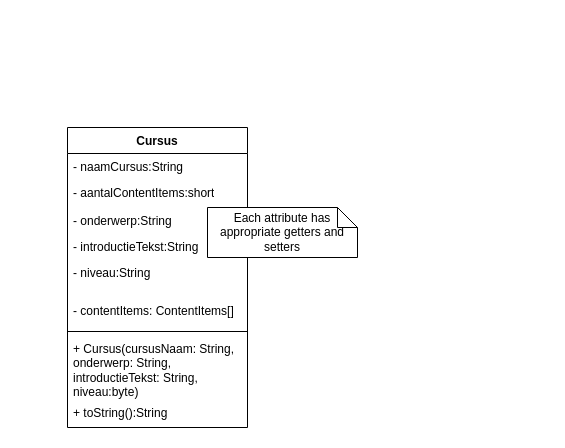
Earlier version of the draw.io diagram Class Diagrammen/CursusClassDiagramKarim.drawio (Avans2023-JGKJ/CodeAcademy-JGKJ). Source tidied: cells renumbered, new cells numbered last; positions are measured from the earlier drawing's top-left corner, leaving out a move shared by most shapes. Both pictures are drawn from the tidied source at 100%, with x=0, y=0 at pixel (67, 127).
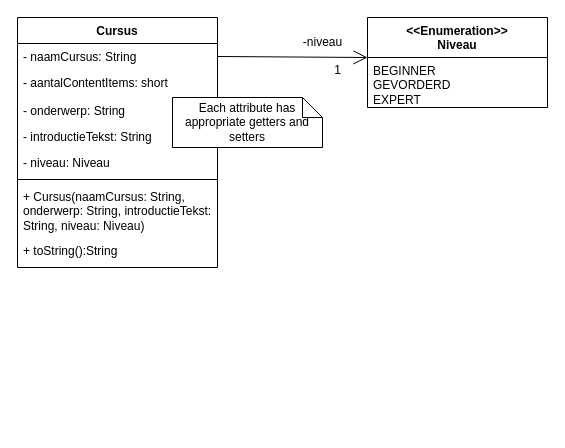
After the change.

Commit message:
Ik heb mijn Cursus Class Diagram aangepast

Na de les van programmeren waar we Enums hebben gehad, heb ik gebruikt gemaakt van Enums in mijn class diagram.

Diff of the diagram source:
```diff
@@
 <mxGraphModel>
   <root>
     <mxCell id="0" />
     <mxCell id="1" parent="0" />
     <mxCell id="2" value="Cursus" style="swimlane;fontStyle=1;align=center;verticalAlign=top;horizontal=1;startSize=26;whiteSpace=wrap;html=1;" parent="1" vertex="1">
-      <mxGeometry width="180" height="300" as="geometry" />
+      <mxGeometry x="-50" y="-110" width="200" height="250" as="geometry" />
     </mxCell>
-    <mxCell id="3" value="- naamCursus:String" style="text;strokeColor=none;fillColor=none;align=left;verticalAlign=top;spacingLeft=4;spacingRight=4;overflow=hidden;points=[[0,0.5],[1,0.5]];portConstraint=eastwest;whiteSpace=wrap;html=1;" parent="2" vertex="1">
-      <mxGeometry y="26" width="180" height="26" as="geometry" />
+    <mxCell id="3" value="- naamCursus: String" style="text;strokeColor=none;fillColor=none;align=left;verticalAlign=top;spacingLeft=4;spacingRight=4;overflow=hidden;points=[[0,0.5],[1,0.5]];portConstraint=eastwest;whiteSpace=wrap;html=1;" parent="2" vertex="1">
+      <mxGeometry y="26" width="200" height="26" as="geometry" />
     </mxCell>
-    <mxCell id="4" value="- aantalContentItems:short" style="text;strokeColor=none;fillColor=none;align=left;verticalAlign=top;spacingLeft=4;spacingRight=4;overflow=hidden;whiteSpace=wrap;html=1;" parent="2" vertex="1">
-      <mxGeometry y="52" width="180" height="28" as="geometry" />
+    <mxCell id="4" value="- aantalContentItems: short" style="text;strokeColor=none;fillColor=none;align=left;verticalAlign=top;spacingLeft=4;spacingRight=4;overflow=hidden;whiteSpace=wrap;html=1;" parent="2" vertex="1">
+      <mxGeometry y="52" width="200" height="28" as="geometry" />
     </mxCell>
-    <mxCell id="5" value="- onderwerp:String" style="text;strokeColor=none;fillColor=none;align=left;verticalAlign=top;spacingLeft=4;spacingRight=4;overflow=hidden;whiteSpace=wrap;html=1;" parent="2" vertex="1">
-      <mxGeometry y="80" width="180" height="26" as="geometry" />
+    <mxCell id="5" value="- onderwerp: String" style="text;strokeColor=none;fillColor=none;align=left;verticalAlign=top;spacingLeft=4;spacingRight=4;overflow=hidden;whiteSpace=wrap;html=1;" parent="2" vertex="1">
+      <mxGeometry y="80" width="200" height="26" as="geometry" />
     </mxCell>
+    <mxCell id="13" value="- introductieTekst: String" style="text;strokeColor=none;fillColor=none;align=left;verticalAlign=top;spacingLeft=4;spacingRight=4;overflow=hidden;whiteSpace=wrap;html=1;" parent="2" vertex="1">
+      <mxGeometry y="106" width="200" height="26" as="geometry" />
+    </mxCell>
-    <mxCell id="6" value="- introductieTekst:String" style="text;strokeColor=none;fillColor=none;align=left;verticalAlign=top;spacingLeft=4;spacingRight=4;overflow=hidden;whiteSpace=wrap;html=1;" parent="2" vertex="1">
-      <mxGeometry y="106" width="180" height="26" as="geometry" />
+    <mxCell id="6" value="- niveau: Niveau" style="text;strokeColor=none;fillColor=none;align=left;verticalAlign=top;spacingLeft=4;spacingRight=4;overflow=hidden;whiteSpace=wrap;html=1;" parent="2" vertex="1">
+      <mxGeometry y="132" width="200" height="26" as="geometry" />
     </mxCell>
-    <mxCell id="7" value="- niveau:String" style="text;strokeColor=none;fillColor=none;align=left;verticalAlign=top;spacingLeft=4;spacingRight=4;overflow=hidden;whiteSpace=wrap;html=1;" parent="2" vertex="1">
-      <mxGeometry y="132" width="180" height="38" as="geometry" />
-    </mxCell>
-    <mxCell id="8" value="- contentItems: ContentItems[]" style="text;strokeColor=none;fillColor=none;align=left;verticalAlign=top;spacingLeft=4;spacingRight=4;overflow=hidden;whiteSpace=wrap;html=1;" parent="2" vertex="1">
-      <mxGeometry y="170" width="180" height="30" as="geometry" />
-    </mxCell>
     <mxCell id="9" style="line;strokeWidth=1;fillColor=none;align=left;verticalAlign=middle;spacingTop=-1;spacingLeft=3;spacingRight=3;labelPosition=right;strokeColor=inherit;" parent="2" vertex="1">
-      <mxGeometry y="200" width="180" height="8" as="geometry" />
+      <mxGeometry y="158" width="200" height="8" as="geometry" />
     </mxCell>
-    <mxCell id="10" value="+ Cursus(cursusNaam: String, onderwerp: String, introductieTekst: String, niveau:byte)" style="text;strokeColor=none;fillColor=none;align=left;verticalAlign=top;spacingLeft=4;spacingRight=4;overflow=hidden;whiteSpace=wrap;html=1;" parent="2" vertex="1">
-      <mxGeometry y="208" width="180" height="64" as="geometry" />
+    <mxCell id="10" value="+ Cursus(naamCursus: String, onderwerp: String, introductieTekst: String, niveau: Niveau)" style="text;strokeColor=none;fillColor=none;align=left;verticalAlign=top;spacingLeft=4;spacingRight=4;overflow=hidden;whiteSpace=wrap;html=1;" parent="2" vertex="1">
+      <mxGeometry y="166" width="200" height="54" as="geometry" />
     </mxCell>
     <mxCell id="11" value="+ toString():String" style="text;strokeColor=none;fillColor=none;align=left;verticalAlign=top;spacingLeft=4;spacingRight=4;overflow=hidden;whiteSpace=wrap;html=1;" parent="2" vertex="1">
-      <mxGeometry y="272" width="180" height="28" as="geometry" />
+      <mxGeometry y="220" width="200" height="30" as="geometry" />
     </mxCell>
     <mxCell id="12" value="Each attribute has appropriate getters and setters" style="shape=note;size=20;whiteSpace=wrap;html=1;" parent="1" vertex="1">
-      <mxGeometry x="140" y="80" width="150" height="50" as="geometry" />
+      <mxGeometry x="105" y="-30" width="150" height="50" as="geometry" />
     </mxCell>
+    <mxCell id="14" value="&amp;lt;&amp;lt;Enumeration&amp;gt;&amp;gt;&lt;br style=&quot;border-color: var(--border-color);&quot;&gt;Niveau" style="swimlane;fontStyle=1;align=center;verticalAlign=top;horizontal=1;startSize=40;whiteSpace=wrap;html=1;" parent="1" vertex="1">
+      <mxGeometry x="300" y="-110" width="180" height="90" as="geometry" />
+    </mxCell>
+    <mxCell id="15" value="BEGINNER&lt;br style=&quot;border-color: var(--border-color);&quot;&gt;GEVORDERD&lt;br style=&quot;border-color: var(--border-color);&quot;&gt;EXPERT" style="text;strokeColor=none;fillColor=none;align=left;verticalAlign=top;spacingLeft=4;spacingRight=4;overflow=hidden;whiteSpace=wrap;html=1;" parent="14" vertex="1">
+      <mxGeometry y="40" width="180" height="50" as="geometry" />
+    </mxCell>
+    <mxCell id="16" style="endArrow=open;endFill=1;endSize=12;html=1;rounded=0;exitX=1;exitY=0.5;exitDx=0;exitDy=0;" parent="1" edge="1" source="3">
+      <mxGeometry relative="1" as="geometry">
+        <mxPoint x="300" y="-70" as="targetPoint" />
+      </mxGeometry>
+    </mxCell>
+    <mxCell id="17" value="-niveau" style="text;html=1;align=center;verticalAlign=middle;strokeColor=none;fillColor=none;" parent="1" vertex="1">
+      <mxGeometry x="225" y="-100" width="60" height="30" as="geometry" />
+    </mxCell>
+    <mxCell id="18" value="1" style="text;html=1;align=center;verticalAlign=middle;strokeColor=none;fillColor=none;" parent="1" vertex="1">
+      <mxGeometry x="255" y="-72" width="30" height="30" as="geometry" />
+    </mxCell>
   </root>
 </mxGraphModel>
```
